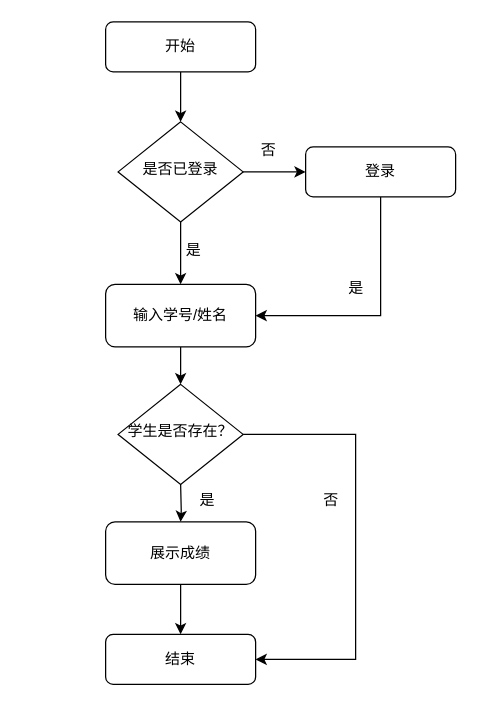
This is 查询学生成绩-流程图.drawio from creazy412/none, a draw.io file, before an edit. Source tidied: cells renumbered, new cells numbered last; positions are measured from the earlier drawing's top-left corner, leaving out a move shared by most shapes. Both pictures are drawn from the tidied source at 125%, with x=0, y=0 at pixel (105, 21).
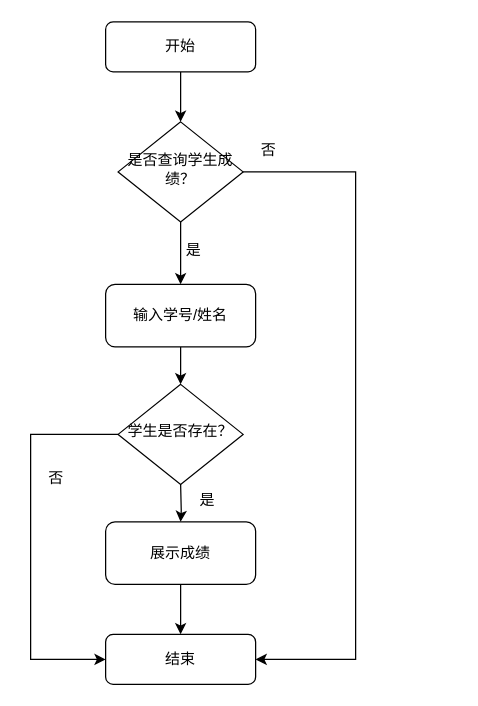
The same diagram, later.

Commit message (it also covers changes not shown here):
更新查询学生成绩-流程图.drawio

The change refers to these unchanged cells:
```xml
<mxCell id="9" value="结束" style="rounded=1;whiteSpace=wrap;html=1;fontSize=12;glass=0;strokeWidth=1;shadow=0;" parent="1" vertex="1">
  <mxGeometry y="490" width="120" height="40" as="geometry" />
</mxCell>
<mxCell id="12" value="输入学号/姓名" style="rounded=1;whiteSpace=wrap;html=1;fontSize=12;glass=0;strokeWidth=1;shadow=0;" parent="1" vertex="1">
  <mxGeometry y="210" width="120" height="50" as="geometry" />
</mxCell>
<mxCell id="19" value="学生是否存在？" style="rhombus;whiteSpace=wrap;html=1;shadow=0;fontFamily=Helvetica;fontSize=12;align=center;strokeWidth=1;spacing=6;spacingTop=-4;" parent="1" vertex="1">
  <mxGeometry x="10" y="290" width="100" height="80" as="geometry" />
</mxCell>
```

Diff of the diagram source:
```diff
@@
-    <mxCell id="5" style="edgeStyle=orthogonalEdgeStyle;rounded=0;jettySize=auto;html=1;" parent="1" edge="1" source="6" target="8">
-      <mxGeometry relative="1" as="geometry" />
+    <mxCell id="5" style="edgeStyle=orthogonalEdgeStyle;rounded=0;jettySize=auto;html=1;entryX=1;entryY=0.5;entryDx=0;entryDy=0;" parent="1" edge="1" source="6" target="9">
+      <mxGeometry relative="1" as="geometry">
+        <Array as="points">
+          <mxPoint x="200" y="120" />
+          <mxPoint x="200" y="510" />
+        </Array>
+      </mxGeometry>
     </mxCell>
-    <mxCell id="6" value="是否已登录" style="rhombus;whiteSpace=wrap;html=1;shadow=0;fontFamily=Helvetica;fontSize=12;align=center;strokeWidth=1;spacing=6;spacingTop=-4;" parent="1" vertex="1">
+    <mxCell id="6" value="是否查询学生成绩？" style="rhombus;whiteSpace=wrap;html=1;shadow=0;fontFamily=Helvetica;fontSize=12;align=center;strokeWidth=1;spacing=6;spacingTop=-4;" parent="1" vertex="1">
       <mxGeometry x="10" y="80" width="100" height="80" as="geometry" />
     </mxCell>
-    <mxCell id="7" style="edgeStyle=orthogonalEdgeStyle;rounded=0;jettySize=auto;html=1;entryX=1;entryY=0.5;entryDx=0;entryDy=0;" parent="1" edge="1" source="8" target="12">
-      <mxGeometry relative="1" as="geometry">
-        <Array as="points">
-          <mxPoint x="220" y="235" />
-        </Array>
-      </mxGeometry>
-    </mxCell>
-    <mxCell id="8" value="登录" style="rounded=1;whiteSpace=wrap;html=1;fontSize=12;glass=0;strokeWidth=1;shadow=0;" parent="1" vertex="1">
-      <mxGeometry x="160" y="100" width="120" height="40" as="geometry" />
-    </mxCell>
@@
-    <mxCell id="15" value="是" style="text;html=1;align=center;verticalAlign=middle;strokeColor=none;fillColor=none;" parent="1" vertex="1">
-      <mxGeometry x="180" y="198" width="40" height="30" as="geometry" />
-    </mxCell>
@@
-    <mxCell id="18" style="edgeStyle=orthogonalEdgeStyle;rounded=0;jettySize=auto;html=1;entryX=1;entryY=0.5;entryDx=0;entryDy=0;" parent="1" edge="1" source="19" target="9">
+    <mxCell id="18" style="edgeStyle=orthogonalEdgeStyle;rounded=0;jettySize=auto;html=1;entryX=0;entryY=0.5;entryDx=0;entryDy=0;" parent="1" edge="1" source="19" target="9">
       <mxGeometry relative="1" as="geometry">
         <Array as="points">
-          <mxPoint x="200" y="330" />
-          <mxPoint x="200" y="510" />
+          <mxPoint x="-60" y="330" />
+          <mxPoint x="-60" y="510" />
         </Array>
       </mxGeometry>
     </mxCell>
@@
     <mxCell id="21" value="否" style="text;html=1;align=center;verticalAlign=middle;strokeColor=none;fillColor=none;" parent="1" vertex="1">
-      <mxGeometry x="160" y="368" width="40" height="30" as="geometry" />
+      <mxGeometry x="-60" y="350" width="40" height="30" as="geometry" />
     </mxCell>
```
